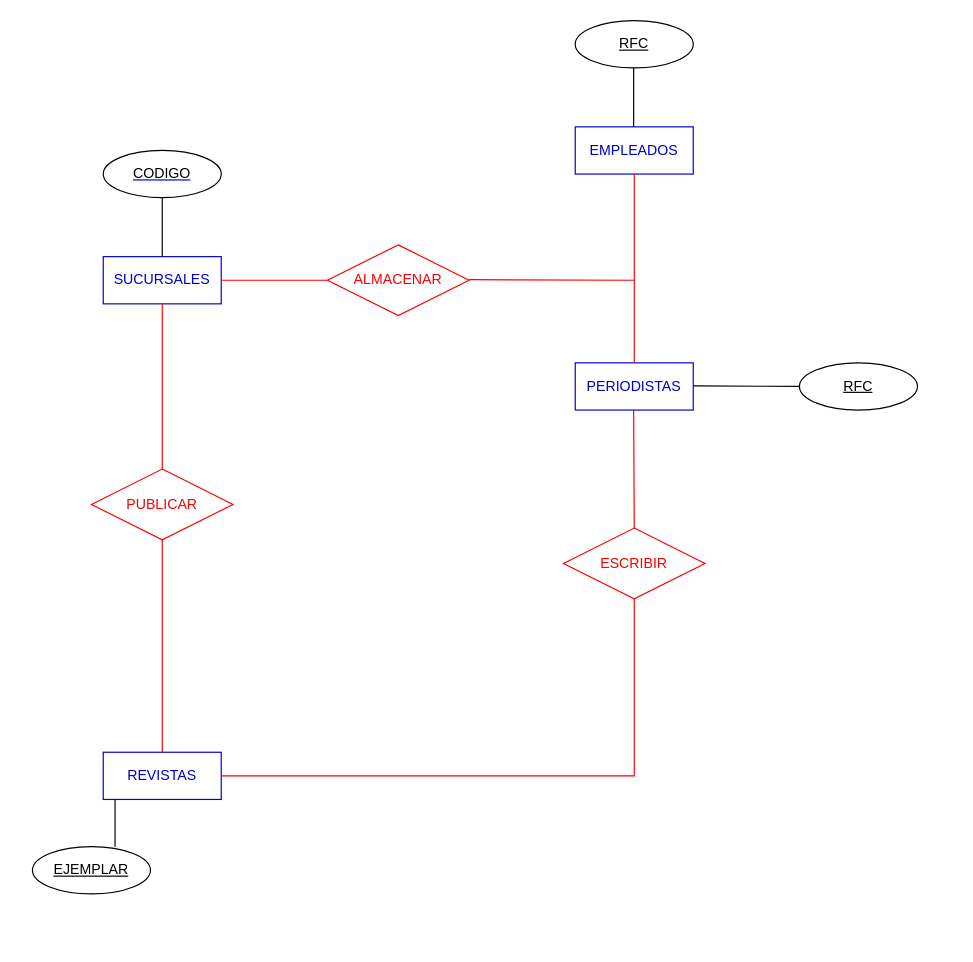
Before: formularios.drawio in IVONNE80/BASE-DE-DATOS, a draw.io diagram. Source tidied: cells renumbered, new cells numbered last; positions are measured from the earlier drawing's top-left corner, leaving out a move shared by most shapes. Both pictures are drawn from the tidied source at 118%, with x=0, y=0 at pixel (32, 20).
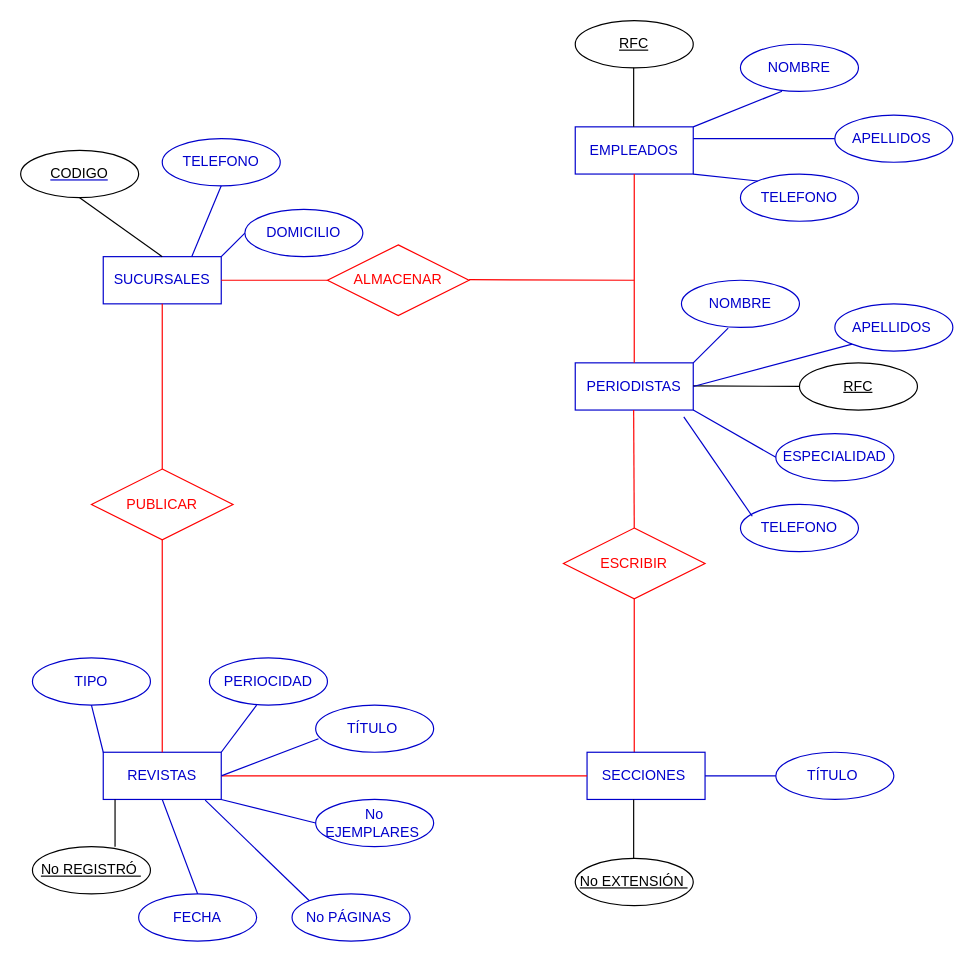
Above is the later version.

The change refers to these unchanged cells:
```xml
<mxCell id="2" value="&lt;font color=&quot;#0000cc&quot;&gt;SUCURSALES&lt;/font&gt;" style="whiteSpace=wrap;html=1;align=center;strokeColor=#0000CC;" parent="1" vertex="1">
  <mxGeometry x="60" y="200" width="100" height="40" as="geometry" />
</mxCell>
<mxCell id="3" value="&lt;font color=&quot;#0000cc&quot;&gt;EMPLEADOS&lt;/font&gt;" style="whiteSpace=wrap;html=1;align=center;strokeColor=#0000CC;" parent="1" vertex="1">
  <mxGeometry x="460" y="90" width="100" height="40" as="geometry" />
</mxCell>
<mxCell id="4" value="&lt;font color=&quot;#0000cc&quot;&gt;REVISTAS&lt;/font&gt;" style="whiteSpace=wrap;html=1;align=center;strokeColor=#0000CC;" parent="1" vertex="1">
  <mxGeometry x="60" y="620" width="100" height="40" as="geometry" />
</mxCell>
<mxCell id="7" value="&lt;font color=&quot;#ff0000&quot;&gt;ESCRIBIR&lt;/font&gt;" style="shape=rhombus;perimeter=rhombusPerimeter;whiteSpace=wrap;html=1;align=center;strokeColor=#FF0000;" parent="1" vertex="1">
  <mxGeometry x="450" y="430" width="120" height="60" as="geometry" />
</mxCell>
<mxCell id="8" value="&lt;font color=&quot;#0000cc&quot;&gt;PERIODISTAS&lt;/font&gt;" style="whiteSpace=wrap;html=1;align=center;strokeColor=#0000CC;" parent="1" vertex="1">
  <mxGeometry x="460" y="290" width="100" height="40" as="geometry" />
</mxCell>
```

Change to the diagram source:
```diff
@@
-    <mxCell id="15" style="endArrow=none;html=1;rounded=0;exitX=1;exitY=0.5;exitDx=0;exitDy=0;entryX=0.5;entryY=1;entryDx=0;entryDy=0;strokeColor=#FF0000;" parent="1" edge="1" source="4" target="7">
+    <mxCell id="15" style="endArrow=none;html=1;rounded=0;exitX=1;exitY=0.5;exitDx=0;exitDy=0;entryX=0.5;entryY=1;entryDx=0;entryDy=0;strokeColor=#FF0000;startArrow=none;" parent="1" edge="1" source="39" target="7">
       <mxGeometry relative="1" as="geometry">
         <Array as="points">
           <mxPoint x="510" y="640" />
         </Array>
       </mxGeometry>
     </mxCell>
     <mxCell id="16" value="&lt;font color=&quot;#000000&quot;&gt;CODIGO&lt;/font&gt;" style="ellipse;whiteSpace=wrap;html=1;align=center;fontStyle=4;strokeColor=#000000;fontColor=#0000CC;" parent="1" vertex="1">
-      <mxGeometry x="60" y="110" width="100" height="40" as="geometry" />
+      <mxGeometry x="-10" y="110" width="100" height="40" as="geometry" />
     </mxCell>
@@
-    <mxCell id="19" value="EJEMPLAR" style="ellipse;whiteSpace=wrap;html=1;align=center;fontStyle=4;strokeColor=#000000;fontColor=#000000;" parent="1" vertex="1">
+    <mxCell id="19" value="No REGISTRÓ&amp;nbsp;" style="ellipse;whiteSpace=wrap;html=1;align=center;fontStyle=4;strokeColor=#000000;fontColor=#000000;" parent="1" vertex="1">
       <mxGeometry y="700" width="100" height="40" as="geometry" />
     </mxCell>
@@
+    <mxCell id="24" value="&lt;font color=&quot;#0000cc&quot;&gt;DOMICILIO&lt;/font&gt;" style="ellipse;whiteSpace=wrap;html=1;align=center;strokeColor=#0000CC;fontColor=#000000;" parent="1" vertex="1">
+      <mxGeometry x="180" y="160" width="100" height="40" as="geometry" />
+    </mxCell>
+    <mxCell id="25" value="&lt;font color=&quot;#0000cc&quot;&gt;TELEFONO&lt;/font&gt;" style="ellipse;whiteSpace=wrap;html=1;align=center;strokeColor=#0000CC;fontColor=#000000;" parent="1" vertex="1">
+      <mxGeometry x="110" y="100" width="100" height="40" as="geometry" />
+    </mxCell>
+    <mxCell id="26" value="&lt;font color=&quot;#0000cc&quot;&gt;NOMBRE&lt;/font&gt;" style="ellipse;whiteSpace=wrap;html=1;align=center;strokeColor=#0000CC;fontColor=#000000;" parent="1" vertex="1">
+      <mxGeometry x="600" y="20" width="100" height="40" as="geometry" />
+    </mxCell>
+    <mxCell id="27" value="&lt;font color=&quot;#0000cc&quot;&gt;APELLIDOS&amp;nbsp;&lt;/font&gt;" style="ellipse;whiteSpace=wrap;html=1;align=center;strokeColor=#0000CC;fontColor=#000000;" parent="1" vertex="1">
+      <mxGeometry x="680" y="80" width="100" height="40" as="geometry" />
+    </mxCell>
+    <mxCell id="28" value="&lt;font color=&quot;#0000cc&quot;&gt;TELEFONO&lt;/font&gt;" style="ellipse;whiteSpace=wrap;html=1;align=center;strokeColor=#0000CC;fontColor=#000000;" parent="1" vertex="1">
+      <mxGeometry x="600" y="130" width="100" height="40" as="geometry" />
+    </mxCell>
+    <mxCell id="29" value="&lt;font color=&quot;#0000cc&quot;&gt;NOMBRE&lt;/font&gt;" style="ellipse;whiteSpace=wrap;html=1;align=center;strokeColor=#0000CC;fontColor=#000000;" parent="1" vertex="1">
+      <mxGeometry x="550" y="220" width="100" height="40" as="geometry" />
+    </mxCell>
+    <mxCell id="30" value="&lt;font color=&quot;#0000cc&quot;&gt;APELLIDOS&amp;nbsp;&lt;/font&gt;" style="ellipse;whiteSpace=wrap;html=1;align=center;strokeColor=#0000CC;fontColor=#000000;" parent="1" vertex="1">
+      <mxGeometry x="680" y="240" width="100" height="40" as="geometry" />
+    </mxCell>
+    <mxCell id="31" value="&lt;font color=&quot;#0000cc&quot;&gt;TELEFONO&lt;/font&gt;" style="ellipse;whiteSpace=wrap;html=1;align=center;strokeColor=#0000CC;fontColor=#000000;" parent="1" vertex="1">
+      <mxGeometry x="600" y="410" width="100" height="40" as="geometry" />
+    </mxCell>
+    <mxCell id="32" value="&lt;font color=&quot;#0000cc&quot;&gt;ESPECIALIDAD&lt;/font&gt;" style="ellipse;whiteSpace=wrap;html=1;align=center;strokeColor=#0000CC;fontColor=#000000;" parent="1" vertex="1">
+      <mxGeometry x="630" y="350" width="100" height="40" as="geometry" />
+    </mxCell>
+    <mxCell id="33" value="&lt;font color=&quot;#0000cc&quot;&gt;TÍTULO&amp;nbsp;&lt;/font&gt;" style="ellipse;whiteSpace=wrap;html=1;align=center;strokeColor=#0000CC;fontColor=#000000;" parent="1" vertex="1">
+      <mxGeometry x="240" y="580" width="100" height="40" as="geometry" />
+    </mxCell>
+    <mxCell id="34" value="&lt;font color=&quot;#0000cc&quot;&gt;PERIOCIDAD&lt;/font&gt;" style="ellipse;whiteSpace=wrap;html=1;align=center;strokeColor=#0000CC;fontColor=#000000;" parent="1" vertex="1">
+      <mxGeometry x="150" y="540" width="100" height="40" as="geometry" />
+    </mxCell>
+    <mxCell id="35" value="&lt;font color=&quot;#0000cc&quot;&gt;TIPO&lt;/font&gt;" style="ellipse;whiteSpace=wrap;html=1;align=center;strokeColor=#0000CC;fontColor=#000000;" parent="1" vertex="1">
+      <mxGeometry y="540" width="100" height="40" as="geometry" />
+    </mxCell>
+    <mxCell id="36" value="&lt;font color=&quot;#0000cc&quot;&gt;FECHA&lt;/font&gt;" style="ellipse;whiteSpace=wrap;html=1;align=center;strokeColor=#0000CC;fontColor=#000000;" parent="1" vertex="1">
+      <mxGeometry x="90" y="740" width="100" height="40" as="geometry" />
+    </mxCell>
+    <mxCell id="37" value="&lt;font color=&quot;#0000cc&quot;&gt;No PÁGINAS&amp;nbsp;&lt;/font&gt;" style="ellipse;whiteSpace=wrap;html=1;align=center;strokeColor=#0000CC;fontColor=#000000;" parent="1" vertex="1">
+      <mxGeometry x="220" y="740" width="100" height="40" as="geometry" />
+    </mxCell>
+    <mxCell id="38" value="&lt;font color=&quot;#0000cc&quot;&gt;No EJEMPLARES&amp;nbsp;&lt;/font&gt;" style="ellipse;whiteSpace=wrap;html=1;align=center;strokeColor=#0000CC;fontColor=#000000;" parent="1" vertex="1">
+      <mxGeometry x="240" y="660" width="100" height="40" as="geometry" />
+    </mxCell>
+    <mxCell id="39" value="&lt;font color=&quot;#0000cc&quot;&gt;SECCIONES&amp;nbsp;&lt;/font&gt;" style="whiteSpace=wrap;html=1;align=center;strokeColor=#0000CC;" parent="1" vertex="1">
+      <mxGeometry x="470" y="620" width="100" height="40" as="geometry" />
+    </mxCell>
+    <mxCell id="40" style="endArrow=none;html=1;rounded=0;exitX=1;exitY=0.5;exitDx=0;exitDy=0;entryX=0;entryY=0.5;entryDx=0;entryDy=0;strokeColor=#FF0000;" parent="1" edge="1" source="4" target="39">
+      <mxGeometry relative="1" as="geometry">
+        <Array as="points">
+          <mxPoint x="470" y="640" />
+        </Array>
+      </mxGeometry>
+    </mxCell>
+    <mxCell id="41" value="&lt;font color=&quot;#0000cc&quot;&gt;TÍTULO&amp;nbsp;&lt;/font&gt;" style="ellipse;whiteSpace=wrap;html=1;align=center;strokeColor=#0000CC;fontColor=#000000;" parent="1" vertex="1">
+      <mxGeometry x="630" y="620" width="100" height="40" as="geometry" />
+    </mxCell>
+    <mxCell id="42" value="No EXTENSIÓN&amp;nbsp;" style="ellipse;whiteSpace=wrap;html=1;align=center;fontStyle=4;strokeColor=#000000;fontColor=#000000;" parent="1" vertex="1">
+      <mxGeometry x="460" y="710" width="100" height="40" as="geometry" />
+    </mxCell>
+    <mxCell id="43" style="endArrow=none;html=1;rounded=0;strokeColor=#000000;fontColor=#000000;entryX=0.5;entryY=1;entryDx=0;entryDy=0;exitX=0.5;exitY=0;exitDx=0;exitDy=0;" parent="1" edge="1">
+      <mxGeometry relative="1" as="geometry">
+        <mxPoint x="509.5" y="710" as="sourcePoint" />
+        <mxPoint x="509.5" y="660" as="targetPoint" />
+      </mxGeometry>
+    </mxCell>
+    <mxCell id="44" style="endArrow=none;html=1;rounded=0;strokeColor=#0000CC;fontColor=#0000CC;exitX=1;exitY=0.25;exitDx=0;exitDy=0;" parent="1" edge="1" source="3">
+      <mxGeometry relative="1" as="geometry">
+        <mxPoint x="680" y="100" as="targetPoint" />
+      </mxGeometry>
+    </mxCell>
+    <mxCell id="45" style="endArrow=none;html=1;rounded=0;strokeColor=#0000CC;fontColor=#0000CC;exitX=1;exitY=1;exitDx=0;exitDy=0;entryX=0;entryY=0;entryDx=0;entryDy=0;" parent="1" edge="1" source="3" target="28">
+      <mxGeometry relative="1" as="geometry" />
+    </mxCell>
+    <mxCell id="46" style="endArrow=none;html=1;rounded=0;strokeColor=#0000CC;fontColor=#0000CC;exitX=1;exitY=0;exitDx=0;exitDy=0;entryX=0.352;entryY=0.995;entryDx=0;entryDy=0;entryPerimeter=0;" parent="1" edge="1" source="3" target="26">
+      <mxGeometry relative="1" as="geometry" />
+    </mxCell>
+    <mxCell id="47" style="endArrow=none;html=1;rounded=0;strokeColor=#0000CC;fontColor=#0000CC;exitX=1;exitY=1;exitDx=0;exitDy=0;entryX=0.396;entryY=1.015;entryDx=0;entryDy=0;entryPerimeter=0;" parent="1" edge="1" target="29">
+      <mxGeometry relative="1" as="geometry">
+        <mxPoint x="560" y="290" as="sourcePoint" />
+      </mxGeometry>
+    </mxCell>
+    <mxCell id="48" style="endArrow=none;html=1;rounded=0;strokeColor=#0000CC;fontColor=#0000CC;exitX=1;exitY=0.5;exitDx=0;exitDy=0;entryX=0;entryY=1;entryDx=0;entryDy=0;" parent="1" edge="1" source="8" target="30">
+      <mxGeometry relative="1" as="geometry" />
+    </mxCell>
+    <mxCell id="49" style="endArrow=none;html=1;rounded=0;strokeColor=#0000CC;fontColor=#0000CC;exitX=1;exitY=1;exitDx=0;exitDy=0;entryX=0.396;entryY=1.015;entryDx=0;entryDy=0;entryPerimeter=0;" parent="1" edge="1" source="8">
+      <mxGeometry relative="1" as="geometry">
+        <mxPoint x="630" y="370" as="targetPoint" />
+      </mxGeometry>
+    </mxCell>
+    <mxCell id="50" style="endArrow=none;html=1;rounded=0;strokeColor=#0000CC;fontColor=#0000CC;exitX=0.92;exitY=1.145;exitDx=0;exitDy=0;entryX=0.396;entryY=1.015;entryDx=0;entryDy=0;entryPerimeter=0;exitPerimeter=0;" parent="1" edge="1" source="8">
+      <mxGeometry relative="1" as="geometry">
+        <mxPoint x="610" y="420" as="targetPoint" />
+      </mxGeometry>
+    </mxCell>
+    <mxCell id="51" style="endArrow=none;html=1;rounded=0;strokeColor=#0000CC;fontColor=#0000CC;exitX=0;exitY=0.5;exitDx=0;exitDy=0;entryX=0.396;entryY=1.015;entryDx=0;entryDy=0;entryPerimeter=0;" parent="1" edge="1" source="24">
+      <mxGeometry relative="1" as="geometry">
+        <mxPoint x="160" y="200" as="targetPoint" />
+      </mxGeometry>
+    </mxCell>
+    <mxCell id="52" style="endArrow=none;html=1;rounded=0;strokeColor=#0000CC;fontColor=#0000CC;exitX=0.5;exitY=1;exitDx=0;exitDy=0;entryX=0.75;entryY=0;entryDx=0;entryDy=0;" parent="1" edge="1" source="25" target="2">
+      <mxGeometry relative="1" as="geometry" />
+    </mxCell>
+    <mxCell id="53" style="endArrow=none;html=1;rounded=0;strokeColor=#0000CC;fontColor=#0000CC;exitX=1;exitY=0.5;exitDx=0;exitDy=0;entryX=0;entryY=0.5;entryDx=0;entryDy=0;" parent="1" edge="1" source="39" target="41">
+      <mxGeometry relative="1" as="geometry" />
+    </mxCell>
+    <mxCell id="54" style="endArrow=none;html=1;rounded=0;strokeColor=#0000CC;fontColor=#0000CC;exitX=1;exitY=0.5;exitDx=0;exitDy=0;" parent="1" edge="1">
+      <mxGeometry relative="1" as="geometry">
+        <mxPoint x="160" y="620" as="sourcePoint" />
+        <mxPoint x="190" y="580" as="targetPoint" />
+      </mxGeometry>
+    </mxCell>
+    <mxCell id="55" style="endArrow=none;html=1;rounded=0;strokeColor=#0000CC;fontColor=#0000CC;exitX=1;exitY=0.5;exitDx=0;exitDy=0;entryX=0.024;entryY=0.715;entryDx=0;entryDy=0;entryPerimeter=0;" parent="1" edge="1" source="4" target="33">
+      <mxGeometry relative="1" as="geometry" />
+    </mxCell>
+    <mxCell id="56" style="endArrow=none;html=1;rounded=0;strokeColor=#0000CC;fontColor=#0000CC;exitX=1;exitY=1;exitDx=0;exitDy=0;entryX=0;entryY=0.5;entryDx=0;entryDy=0;" parent="1" edge="1" source="4" target="38">
+      <mxGeometry relative="1" as="geometry" />
+    </mxCell>
+    <mxCell id="57" style="endArrow=none;html=1;rounded=0;strokeColor=#0000CC;fontColor=#0000CC;exitX=0;exitY=0;exitDx=0;exitDy=0;entryX=0.5;entryY=1;entryDx=0;entryDy=0;" parent="1" edge="1" source="4" target="35">
+      <mxGeometry relative="1" as="geometry" />
+    </mxCell>
+    <mxCell id="58" style="endArrow=none;html=1;rounded=0;strokeColor=#0000CC;fontColor=#0000CC;exitX=0.864;exitY=1.015;exitDx=0;exitDy=0;entryX=0;entryY=0;entryDx=0;entryDy=0;exitPerimeter=0;" parent="1" edge="1" source="4" target="37">
+      <mxGeometry relative="1" as="geometry" />
+    </mxCell>
+    <mxCell id="59" style="endArrow=none;html=1;rounded=0;strokeColor=#0000CC;fontColor=#0000CC;entryX=0.5;entryY=0;entryDx=0;entryDy=0;exitX=0.5;exitY=1;exitDx=0;exitDy=0;" parent="1" edge="1" source="4" target="36">
+      <mxGeometry relative="1" as="geometry" />
+    </mxCell>
```
